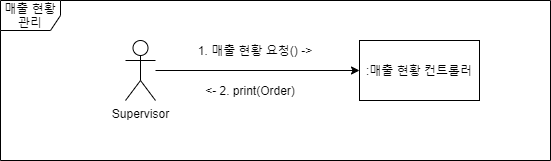
The draw.io diagram 상세명세서/Behavioral Model/communication diagram/매출현황관리 communication diagram.png in distroytest/KNUSD-20202-Team05, before a commit. Source tidied: cells renumbered, new cells last; positions are measured from the earlier drawing's top-left corner, leaving out a move shared by most shapes.
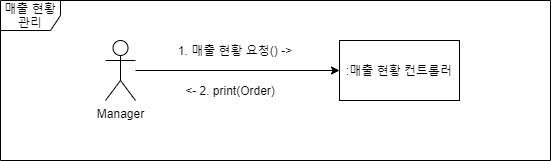
After the commit.

Commit message:
Update 매출현황관리 communication diagram.png

Change to the diagram source:
```diff
@@ -5,7 +5,7 @@
     <mxCell id="2" style="edgeStyle=orthogonalEdgeStyle;rounded=0;jettySize=auto;html=1;entryX=0;entryY=0.5;entryDx=0;entryDy=0;" parent="1" edge="1" source="3" target="4">
       <mxGeometry relative="1" as="geometry" />
     </mxCell>
-    <mxCell id="3" value="Supervisor" style="shape=umlActor;verticalLabelPosition=bottom;verticalAlign=top;html=1;outlineConnect=0;" parent="1" vertex="1">
+    <mxCell id="3" value="Manager" style="shape=umlActor;verticalLabelPosition=bottom;verticalAlign=top;html=1;outlineConnect=0;" parent="1" vertex="1">
       <mxGeometry x="125" y="40" width="30" height="60" as="geometry" />
     </mxCell>
     <mxCell id="4" value=":매출 현황 컨트롤러" style="rounded=0;whiteSpace=wrap;html=1;" parent="1" vertex="1">
@@ -15,7 +15,7 @@
       <mxGeometry x="170" y="40" width="170" height="20" as="geometry" />
     </mxCell>
     <mxCell id="6" value="매출 현황 관리" style="shape=umlFrame;whiteSpace=wrap;html=1;" parent="1" vertex="1">
-      <mxGeometry width="550" height="160" as="geometry" />
+      <mxGeometry x="20" width="550" height="160" as="geometry" />
     </mxCell>
     <mxCell id="7" value="&amp;lt;- 2. print(Order)" style="text;html=1;strokeColor=none;fillColor=none;align=center;verticalAlign=middle;whiteSpace=wrap;rounded=0;" parent="1" vertex="1">
       <mxGeometry x="190" y="80" width="120" height="20" as="geometry" />
```
